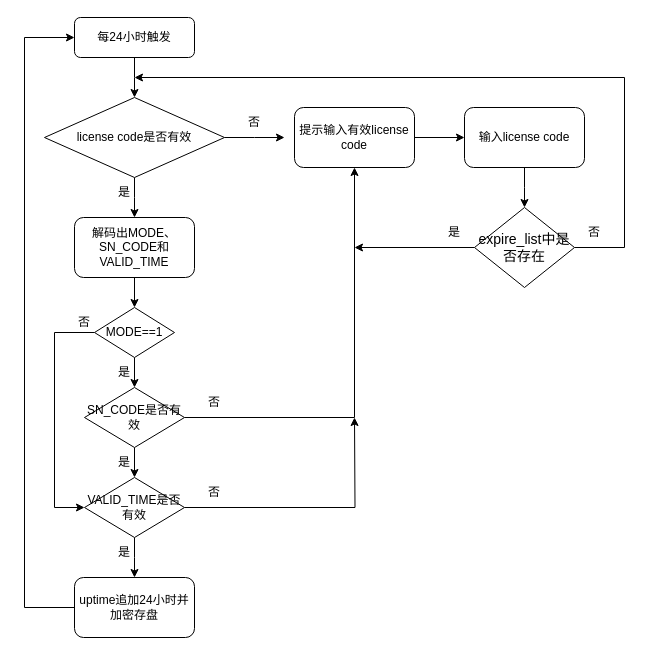
Before: license.drawio in baibaip/diagrams, a draw.io diagram. Source tidied: cells renumbered, new cells numbered last; positions are measured from the earlier drawing's top-left corner, leaving out a move shared by most shapes. Both pictures are drawn from the tidied source at 100%, with x=0, y=0 at pixel (24, 17).
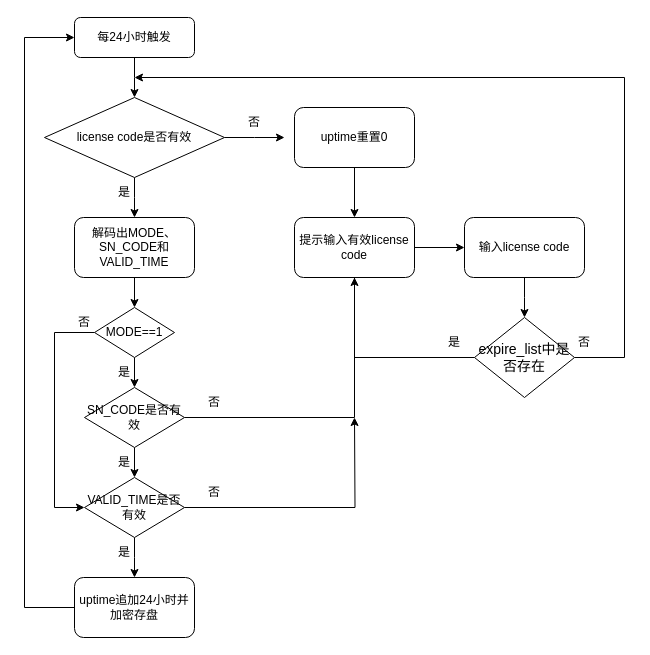
Above is the later version.

The edit, as a diff of the source:
```diff
@@
-    <mxCell id="25" value="提示输入有效license code" style="rounded=1;whiteSpace=wrap;html=1;" parent="1" vertex="1">
-      <mxGeometry x="270" y="90" width="120" height="60" as="geometry" />
-    </mxCell>
@@
     <mxCell id="30" style="edgeStyle=orthogonalEdgeStyle;rounded=0;jettySize=auto;html=1;exitX=0.5;exitY=1;exitDx=0;exitDy=0;" parent="1" edge="1" source="31">
       <mxGeometry relative="1" as="geometry">
-        <mxPoint x="500" y="190" as="targetPoint" />
+        <mxPoint x="500" y="300" as="targetPoint" />
       </mxGeometry>
     </mxCell>
     <mxCell id="31" value="输入license code" style="rounded=1;whiteSpace=wrap;html=1;" parent="1" vertex="1">
-      <mxGeometry x="440" y="90" width="120" height="60" as="geometry" />
+      <mxGeometry x="440" y="200" width="120" height="60" as="geometry" />
     </mxCell>
-    <mxCell id="32" style="edgeStyle=orthogonalEdgeStyle;rounded=0;jettySize=auto;html=1;exitX=0;exitY=0.5;exitDx=0;exitDy=0;" parent="1" edge="1" source="34">
-      <mxGeometry relative="1" as="geometry">
-        <mxPoint x="330" y="230" as="targetPoint" />
-      </mxGeometry>
-    </mxCell>
     <mxCell id="33" style="edgeStyle=orthogonalEdgeStyle;rounded=0;jettySize=auto;html=1;exitX=1;exitY=0.5;exitDx=0;exitDy=0;" parent="1" edge="1" source="34">
       <mxGeometry relative="1" as="geometry">
         <mxPoint x="110" y="60" as="targetPoint" />
         <Array as="points">
-          <mxPoint x="600" y="230" />
+          <mxPoint x="600" y="340" />
           <mxPoint x="600" y="60" />
         </Array>
       </mxGeometry>
     </mxCell>
     <mxCell id="34" value="&lt;span lang=&quot;EN-US&quot; style=&quot;font-size: 10.5pt ; font-family: &amp;#34;calibri&amp;#34; , &amp;#34;sans-serif&amp;#34;&quot;&gt;expire_list中是否存在&lt;/span&gt;" style="rhombus;whiteSpace=wrap;html=1;" parent="1" vertex="1">
-      <mxGeometry x="450" y="190" width="100" height="80" as="geometry" />
+      <mxGeometry x="450" y="300" width="100" height="80" as="geometry" />
     </mxCell>
     <mxCell id="35" value="是" style="text;html=1;strokeColor=none;fillColor=none;align=center;verticalAlign=middle;whiteSpace=wrap;rounded=0;" parent="1" vertex="1">
-      <mxGeometry x="400" y="200" width="60" height="30" as="geometry" />
+      <mxGeometry x="400" y="310" width="60" height="30" as="geometry" />
     </mxCell>
     <mxCell id="36" value="否" style="text;html=1;strokeColor=none;fillColor=none;align=center;verticalAlign=middle;whiteSpace=wrap;rounded=0;" parent="1" vertex="1">
-      <mxGeometry x="540" y="200" width="60" height="30" as="geometry" />
+      <mxGeometry x="530" y="310" width="60" height="30" as="geometry" />
     </mxCell>
+    <mxCell id="25" value="提示输入有效license code" style="rounded=1;whiteSpace=wrap;html=1;" parent="1" vertex="1">
+      <mxGeometry x="270" y="200" width="120" height="60" as="geometry" />
+    </mxCell>
+    <mxCell id="37" style="edgeStyle=orthogonalEdgeStyle;rounded=0;jettySize=auto;html=1;exitX=0;exitY=0.5;exitDx=0;exitDy=0;endArrow=none;" parent="1" edge="1" source="34" target="25">
+      <mxGeometry relative="1" as="geometry" />
+    </mxCell>
+    <mxCell id="38" style="edgeStyle=orthogonalEdgeStyle;rounded=0;jettySize=auto;html=1;exitX=0.5;exitY=1;exitDx=0;exitDy=0;entryX=0.5;entryY=0;entryDx=0;entryDy=0;" parent="1" edge="1" source="39" target="25">
+      <mxGeometry relative="1" as="geometry" />
+    </mxCell>
+    <mxCell id="39" value="uptime重置0" style="rounded=1;whiteSpace=wrap;html=1;" parent="1" vertex="1">
+      <mxGeometry x="270" y="90" width="120" height="60" as="geometry" />
+    </mxCell>
```
